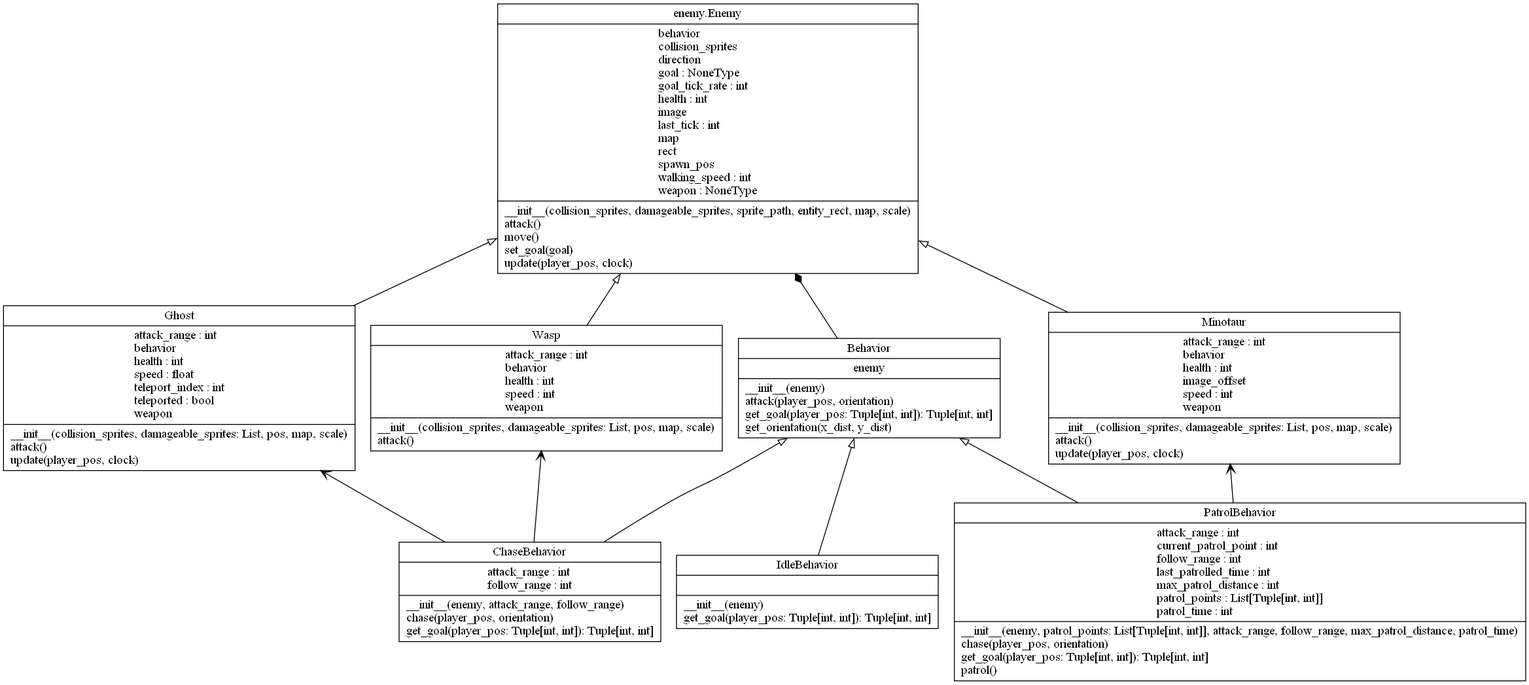
The Graphviz diagram uml/Entity/Enemy/Behavior.png in LucaDangeloS/CIIE, before a commit. Its source is kept beside it as uml/Entity/Enemy/Behavior.dot.
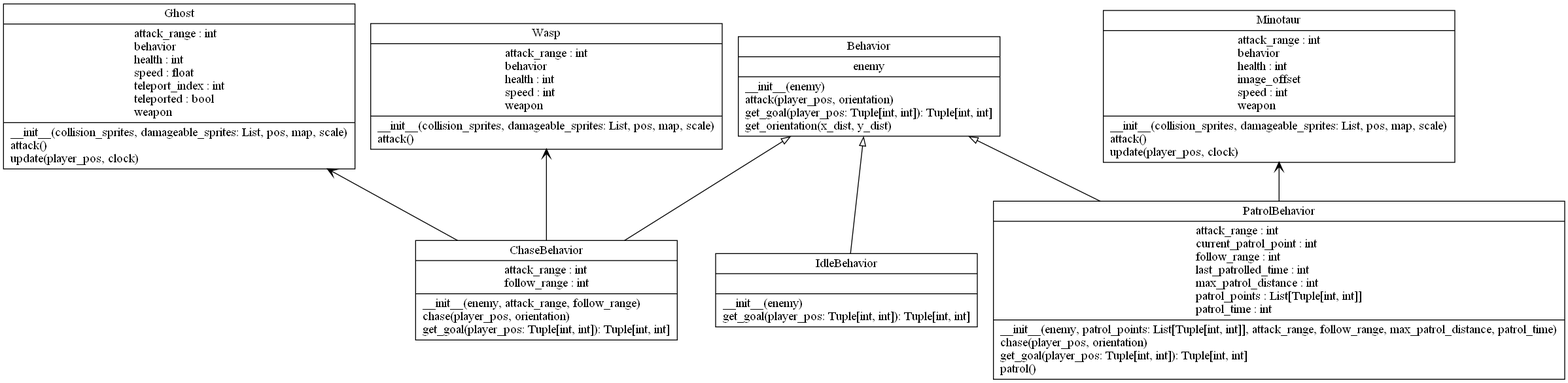
Later version of the same file.

Commit message:
Added Enemy and Behavior UML class diagrams

The edit, as a diff of the source:
```diff
@@ -9,15 +9,10 @@
 "behavior.IdleBehavior" -> "behavior.Behavior" [arrowhead="empty", arrowtail="none"];
 "behavior.PatrolBehavior" -> "behavior.Behavior" [arrowhead="empty", arrowtail="none"];
 
-"enemy.Enemy" [color="black", fontcolor="black", label=<{enemy.Enemy|behavior<br ALIGN="LEFT"/>collision_sprites<br ALIGN="LEFT"/>direction<br ALIGN="LEFT"/>goal : NoneType<br ALIGN="LEFT"/>goal_tick_rate : int<br ALIGN="LEFT"/>health : int<br ALIGN="LEFT"/>image<br ALIGN="LEFT"/>last_tick : int<br ALIGN="LEFT"/>map<br ALIGN="LEFT"/>rect<br ALIGN="LEFT"/>spawn_pos<br ALIGN="LEFT"/>walking_speed : int<br ALIGN="LEFT"/>weapon : NoneType<br ALIGN="LEFT"/>|__init__(collision_sprites, damageable_sprites, sprite_path, entity_rect, map, scale)<br ALIGN="LEFT"/>attack()<br ALIGN="LEFT"/>move()<br ALIGN="LEFT"/>set_goal(goal)<br ALIGN="LEFT"/>update(player_pos, clock)<br ALIGN="LEFT"/>}>, shape="record", style="solid"];
-
 "enemies.Ghost" [color="black", fontcolor="black", label=<{Ghost|attack_range : int<br ALIGN="LEFT"/>behavior<br ALIGN="LEFT"/>health : int<br ALIGN="LEFT"/>speed : float<br ALIGN="LEFT"/>teleport_index : int<br ALIGN="LEFT"/>teleported : bool<br ALIGN="LEFT"/>weapon<br ALIGN="LEFT"/>|__init__(collision_sprites, damageable_sprites: List, pos, map, scale)<br ALIGN="LEFT"/>attack()<br ALIGN="LEFT"/>update(player_pos, clock)<br ALIGN="LEFT"/>}>, shape="record", style="solid"];
 "enemies.Minotaur" [color="black", fontcolor="black", label=<{Minotaur|attack_range : int<br ALIGN="LEFT"/>behavior<br ALIGN="LEFT"/>health : int<br ALIGN="LEFT"/>image_offset<br ALIGN="LEFT"/>speed : int<br ALIGN="LEFT"/>weapon<br ALIGN="LEFT"/>|__init__(collision_sprites, damageable_sprites: List, pos, map, scale)<br ALIGN="LEFT"/>attack()<br ALIGN="LEFT"/>update(player_pos, clock)<br ALIGN="LEFT"/>}>, shape="record", style="solid"];
 "enemies.Wasp" [color="black", fontcolor="black", label=<{Wasp|attack_range : int<br ALIGN="LEFT"/>behavior<br ALIGN="LEFT"/>health : int<br ALIGN="LEFT"/>speed : int<br ALIGN="LEFT"/>weapon<br ALIGN="LEFT"/>|__init__(collision_sprites, damageable_sprites: List, pos, map, scale)<br ALIGN="LEFT"/>attack()<br ALIGN="LEFT"/>}>, shape="record", style="solid"];
-"enemies.Wasp" -> "enemy.Enemy" [arrowhead="empty"]
-"enemies.Minotaur" -> "enemy.Enemy" [arrowhead="empty"]
-"enemies.Ghost" -> "enemy.Enemy" [arrowhead="empty"]
-"behavior.Behavior" -> "enemy.Enemy" [arrowhead="diamond"]
+
 "behavior.ChaseBehavior" -> "enemies.Wasp" [arrowhead="open"]
 "behavior.ChaseBehavior" -> "enemies.Ghost" [arrowhead="open"]
 "behavior.PatrolBehavior" -> "enemies.Minotaur" [arrowhead="open"]
```
